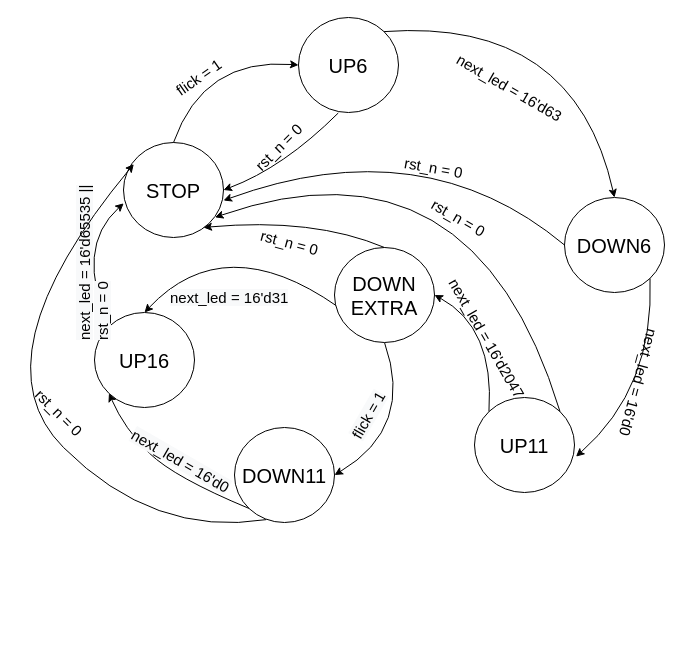
This is StateMachine.drawio from datdonguyen99/demoGit, a draw.io file, before an edit. Source tidied: cells renumbered, new cells numbered last; positions are measured from the earlier drawing's top-left corner, leaving out a move shared by most shapes. Both pictures are drawn from the tidied source at 100%, with x=0, y=0 at pixel (-27, 17).
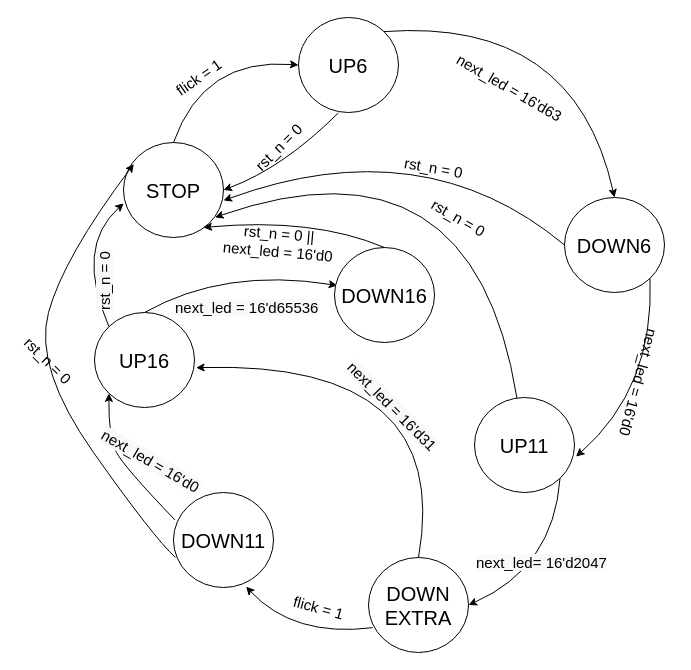
The same page after the edit.

The change refers to these unchanged cells:
```xml
<mxCell id="2" value="&lt;font style=&quot;font-size: 20px&quot;&gt;STOP&lt;/font&gt;" style="ellipse;whiteSpace=wrap;html=1;" parent="1" vertex="1">
  <mxGeometry x="150" y="125" width="100" height="95" as="geometry" />
</mxCell>
<mxCell id="14" value="&lt;span style=&quot;font-size: 20px&quot;&gt;UP11&lt;/span&gt;" style="ellipse;whiteSpace=wrap;html=1;" parent="1" vertex="1">
  <mxGeometry x="501" y="380" width="100" height="95" as="geometry" />
</mxCell>
<mxCell id="20" value="&lt;span style=&quot;font-size: 20px&quot;&gt;UP16&lt;/span&gt;" style="ellipse;whiteSpace=wrap;html=1;" parent="1" vertex="1">
  <mxGeometry x="121" y="295" width="100" height="95" as="geometry" />
</mxCell>
```

Diff of the diagram source:
```diff
@@
-    <mxCell id="3" style="endArrow=classic;html=1;entryX=0.5;entryY=0;entryDx=0;entryDy=0;exitX=0.027;exitY=0.619;exitDx=0;exitDy=0;curved=1;exitPerimeter=0;" parent="1" edge="1" source="19" target="20">
+    <mxCell id="3" style="endArrow=classic;html=1;entryX=0.027;entryY=0.4;entryDx=0;entryDy=0;exitX=0.5;exitY=0;exitDx=0;exitDy=0;curved=1;entryPerimeter=0;" parent="1" edge="1" source="20" target="19">
       <mxGeometry relative="1" as="geometry">
         <Array as="points">
-          <mxPoint x="251" y="210" />
+          <mxPoint x="251" y="250" />
         </Array>
       </mxGeometry>
     </mxCell>
@@
-    <mxCell id="7" value="&lt;span style=&quot;color: rgb(0 , 0 , 0) ; font-family: &amp;#34;helvetica&amp;#34; ; font-size: 15px ; font-style: normal ; font-weight: 400 ; letter-spacing: normal ; text-align: center ; text-indent: 0px ; text-transform: none ; word-spacing: 0px ; background-color: rgb(248 , 249 , 250) ; display: inline ; float: none&quot;&gt;next_led = 16'd31&lt;/span&gt;" style="text;whiteSpace=wrap;html=1;rotation=0;" parent="1" vertex="1">
-      <mxGeometry x="195" y="265" width="130" height="30" as="geometry" />
+    <mxCell id="7" value="&lt;span style=&quot;color: rgb(0 , 0 , 0) ; font-family: &amp;#34;helvetica&amp;#34; ; font-size: 15px ; font-style: normal ; font-weight: 400 ; letter-spacing: normal ; text-align: center ; text-indent: 0px ; text-transform: none ; word-spacing: 0px ; background-color: rgb(248 , 249 , 250) ; display: inline ; float: none&quot;&gt;next_led = 16'd65536&lt;/span&gt;" style="text;whiteSpace=wrap;html=1;rotation=0;" parent="1" vertex="1">
+      <mxGeometry x="200" y="275" width="160" height="30" as="geometry" />
     </mxCell>
-    <mxCell id="8" style="endArrow=classic;html=1;exitX=0.5;exitY=1;exitDx=0;exitDy=0;curved=1;entryX=1;entryY=0.5;entryDx=0;entryDy=0;" parent="1" edge="1" source="19" target="15">
+    <mxCell id="8" style="endArrow=classic;html=1;exitX=1;exitY=1;exitDx=0;exitDy=0;curved=1;entryX=1;entryY=0.5;entryDx=0;entryDy=0;" parent="1" edge="1" source="14" target="36">
       <mxGeometry relative="1" as="geometry">
         <Array as="points">
-          <mxPoint x="441" y="410" />
+          <mxPoint x="580" y="550" />
         </Array>
       </mxGeometry>
     </mxCell>
@@
-    <mxCell id="10" value="&lt;font style=&quot;font-size: 15px&quot;&gt;next_led = 16'd2047&lt;br&gt;&lt;br&gt;&lt;/font&gt;" style="text;html=1;align=center;verticalAlign=middle;strokeColor=none;rotation=60;" parent="1" vertex="1">
-      <mxGeometry x="431" y="310" width="150" height="30" as="geometry" />
-    </mxCell>
-    <mxCell id="11" value="&lt;span style=&quot;color: rgb(0 , 0 , 0) ; font-family: &amp;#34;helvetica&amp;#34; ; font-size: 15px ; font-style: normal ; font-weight: 400 ; letter-spacing: normal ; text-align: center ; text-indent: 0px ; text-transform: none ; word-spacing: 0px ; background-color: rgb(248 , 249 , 250) ; display: inline ; float: none&quot;&gt;flick = 1&lt;br&gt;&lt;br&gt;&lt;/span&gt;" style="text;whiteSpace=wrap;html=1;rotation=-60;" parent="1" vertex="1">
-      <mxGeometry x="351" y="354.5" width="120" height="30" as="geometry" />
+    <mxCell id="11" value="&lt;span style=&quot;color: rgb(0 , 0 , 0) ; font-family: &amp;#34;helvetica&amp;#34; ; font-size: 15px ; font-style: normal ; font-weight: 400 ; letter-spacing: normal ; text-align: center ; text-indent: 0px ; text-transform: none ; word-spacing: 0px ; background-color: rgb(248 , 249 , 250) ; display: inline ; float: none&quot;&gt;next_led= 16'd2047&lt;br&gt;&lt;/span&gt;" style="text;whiteSpace=wrap;html=1;rotation=0;" parent="1" vertex="1">
+      <mxGeometry x="501" y="530" width="199" height="30" as="geometry" />
     </mxCell>
@@
     <mxCell id="15" value="&lt;span style=&quot;font-size: 20px&quot;&gt;DOWN11&lt;/span&gt;" style="ellipse;whiteSpace=wrap;html=1;" parent="1" vertex="1">
-      <mxGeometry x="261" y="410" width="100" height="95" as="geometry" />
+      <mxGeometry x="200" y="475" width="100" height="95" as="geometry" />
     </mxCell>
@@
-    <mxCell id="19" value="&lt;span style=&quot;font-size: 20px&quot;&gt;DOWN&lt;br&gt;EXTRA&lt;/span&gt;" style="ellipse;whiteSpace=wrap;html=1;" parent="1" vertex="1">
+    <mxCell id="19" value="&lt;span style=&quot;font-size: 20px&quot;&gt;DOWN16&lt;br&gt;&lt;/span&gt;" style="ellipse;whiteSpace=wrap;html=1;" parent="1" vertex="1">
       <mxGeometry x="361" y="230" width="100" height="95" as="geometry" />
     </mxCell>
@@
-    <mxCell id="21" style="endArrow=classic;html=1;exitX=0;exitY=1;exitDx=0;exitDy=0;entryX=0;entryY=1;entryDx=0;entryDy=0;curved=1;" parent="1" edge="1" source="15" target="20">
+    <mxCell id="21" style="endArrow=classic;html=1;exitX=0.015;exitY=0.289;exitDx=0;exitDy=0;entryX=0;entryY=1;entryDx=0;entryDy=0;curved=1;exitPerimeter=0;" parent="1" edge="1" source="15" target="20">
       <mxGeometry relative="1" as="geometry">
         <Array as="points">
-          <mxPoint x="201" y="460" />
-          <mxPoint x="151" y="411.6" />
+          <mxPoint x="151" y="450" />
+          <mxPoint x="135" y="420" />
         </Array>
       </mxGeometry>
     </mxCell>
     <mxCell id="22" value="&lt;span style=&quot;color: rgb(0 , 0 , 0) ; font-family: &amp;#34;helvetica&amp;#34; ; font-size: 15px ; font-style: normal ; font-weight: 400 ; letter-spacing: normal ; text-align: center ; text-indent: 0px ; text-transform: none ; word-spacing: 0px ; background-color: rgb(248 , 249 , 250) ; display: inline ; float: none&quot;&gt;next_led = 16'd0&lt;br&gt;&lt;/span&gt;" style="text;whiteSpace=wrap;html=1;rotation=30;" parent="1" vertex="1">
-      <mxGeometry x="150" y="430" width="120" height="30" as="geometry" />
+      <mxGeometry x="120" y="430" width="120" height="30" as="geometry" />
     </mxCell>
-    <mxCell id="23" value="&lt;span style=&quot;color: rgb(0 , 0 , 0) ; font-family: &amp;#34;helvetica&amp;#34; ; font-size: 15px ; font-style: normal ; font-weight: 400 ; letter-spacing: normal ; text-align: center ; text-indent: 0px ; text-transform: none ; word-spacing: 0px ; background-color: rgb(248 , 249 , 250) ; display: inline ; float: none&quot;&gt;next_led = 16'd65535 || rst_n = 0&lt;/span&gt;" style="text;whiteSpace=wrap;html=1;rotation=-90;" parent="1" vertex="1">
-      <mxGeometry x="31" y="230" width="160" height="30" as="geometry" />
+    <mxCell id="23" value="&lt;span style=&quot;color: rgb(0 , 0 , 0) ; font-family: &amp;#34;helvetica&amp;#34; ; font-size: 15px ; font-style: normal ; font-weight: 400 ; letter-spacing: normal ; text-align: center ; text-indent: 0px ; text-transform: none ; word-spacing: 0px ; background-color: rgb(248 , 249 , 250) ; display: inline ; float: none&quot;&gt;rst_n = 0&lt;/span&gt;" style="text;whiteSpace=wrap;html=1;rotation=-90;" parent="1" vertex="1">
+      <mxGeometry x="51" y="200" width="160" height="30" as="geometry" />
     </mxCell>
-    <mxCell id="24" style="endArrow=classic;html=1;exitX=0;exitY=0;exitDx=0;exitDy=0;entryX=1;entryY=0.5;entryDx=0;entryDy=0;curved=1;" parent="1" edge="1" source="14" target="19">
-      <mxGeometry relative="1" as="geometry">
-        <Array as="points">
-          <mxPoint x="521" y="310" />
-        </Array>
-      </mxGeometry>
-    </mxCell>
@@
-    <mxCell id="29" style="endArrow=classic;html=1;curved=1;exitX=1;exitY=0;exitDx=0;exitDy=0;entryX=0.915;entryY=0.788;entryDx=0;entryDy=0;entryPerimeter=0;" parent="1" edge="1" source="14" target="2">
+    <mxCell id="29" style="endArrow=classic;html=1;entryX=0.915;entryY=0.788;entryDx=0;entryDy=0;entryPerimeter=0;curved=1;" parent="1" edge="1" source="14" target="2">
       <mxGeometry relative="1" as="geometry">
         <Array as="points">
           <mxPoint x="500" y="110" />
         </Array>
       </mxGeometry>
     </mxCell>
@@
-    <mxCell id="32" value="&lt;font style=&quot;font-size: 15px&quot;&gt;rst_n = 0&lt;/font&gt;" style="text;html=1;align=center;verticalAlign=middle;strokeColor=none;rotation=15;" parent="1" vertex="1">
-      <mxGeometry x="281" y="215" width="70" height="20" as="geometry" />
+    <mxCell id="32" value="&lt;font style=&quot;font-size: 15px&quot;&gt;rst_n = 0 ||&lt;br&gt;next_led = 16'd0&lt;br&gt;&lt;/font&gt;" style="text;html=1;align=center;verticalAlign=middle;strokeColor=none;rotation=5;" parent="1" vertex="1">
+      <mxGeometry x="240" y="210" width="130" height="30" as="geometry" />
     </mxCell>
-    <mxCell id="33" style="endArrow=classic;html=1;exitX=0.316;exitY=0.97;exitDx=0;exitDy=0;entryX=0.103;entryY=0.227;entryDx=0;entryDy=0;curved=1;entryPerimeter=0;exitPerimeter=0;" parent="1" edge="1" source="15" target="2">
+    <mxCell id="33" style="endArrow=classic;html=1;entryX=0.103;entryY=0.227;entryDx=0;entryDy=0;curved=1;entryPerimeter=0;" parent="1" edge="1" target="2">
       <mxGeometry relative="1" as="geometry">
+        <mxPoint x="202" y="540" as="sourcePoint" />
         <Array as="points">
           <mxPoint x="180" y="520" />
-          <mxPoint y="340" />
+          <mxPoint x="60" y="350" />
+          <mxPoint x="90" y="240" />
         </Array>
       </mxGeometry>
     </mxCell>
     <mxCell id="34" value="&lt;font style=&quot;font-size: 15px&quot;&gt;rst_n = 0&lt;/font&gt;" style="text;html=1;align=center;verticalAlign=middle;strokeColor=none;rotation=45;" parent="1" vertex="1">
-      <mxGeometry x="51" y="384.5" width="70" height="20" as="geometry" />
+      <mxGeometry x="40" y="332.5" width="70" height="20" as="geometry" />
     </mxCell>
+    <mxCell id="35" value="&lt;span style=&quot;color: rgb(0, 0, 0); font-family: helvetica; font-size: 15px; font-style: normal; font-weight: 400; letter-spacing: normal; text-align: center; text-indent: 0px; text-transform: none; word-spacing: 0px; background-color: rgb(248, 249, 250); display: inline; float: none;&quot;&gt;next_led = 16'd31&lt;/span&gt;" style="text;whiteSpace=wrap;html=1;rotation=45;" parent="1" vertex="1">
+      <mxGeometry x="355" y="380" width="140" height="30" as="geometry" />
+    </mxCell>
+    <mxCell id="36" value="&lt;span style=&quot;font-size: 20px&quot;&gt;DOWN&lt;br&gt;EXTRA&lt;br&gt;&lt;/span&gt;" style="ellipse;whiteSpace=wrap;html=1;" parent="1" vertex="1">
+      <mxGeometry x="395" y="540" width="100" height="95" as="geometry" />
+    </mxCell>
+    <mxCell id="37" style="endArrow=classic;html=1;exitX=0.042;exitY=0.739;exitDx=0;exitDy=0;curved=1;exitPerimeter=0;entryX=0.726;entryY=0.991;entryDx=0;entryDy=0;entryPerimeter=0;" parent="1" edge="1" source="36" target="15">
+      <mxGeometry relative="1" as="geometry">
+        <Array as="points">
+          <mxPoint x="320" y="620" />
+        </Array>
+      </mxGeometry>
+    </mxCell>
+    <mxCell id="38" style="endArrow=classic;html=1;exitX=0.5;exitY=0;exitDx=0;exitDy=0;entryX=1.016;entryY=0.581;entryDx=0;entryDy=0;entryPerimeter=0;curved=1;" parent="1" edge="1" source="36" target="20">
+      <mxGeometry relative="1" as="geometry">
+        <Array as="points">
+          <mxPoint x="480" y="343" />
+        </Array>
+      </mxGeometry>
+    </mxCell>
+    <mxCell id="39" value="&lt;span style=&quot;font-size: 15px&quot;&gt;flick = 1&lt;br&gt;&lt;/span&gt;" style="text;html=1;align=center;verticalAlign=middle;strokeColor=none;rotation=15;" parent="1" vertex="1">
+      <mxGeometry x="310" y="580" width="70" height="20" as="geometry" />
+    </mxCell>
```
